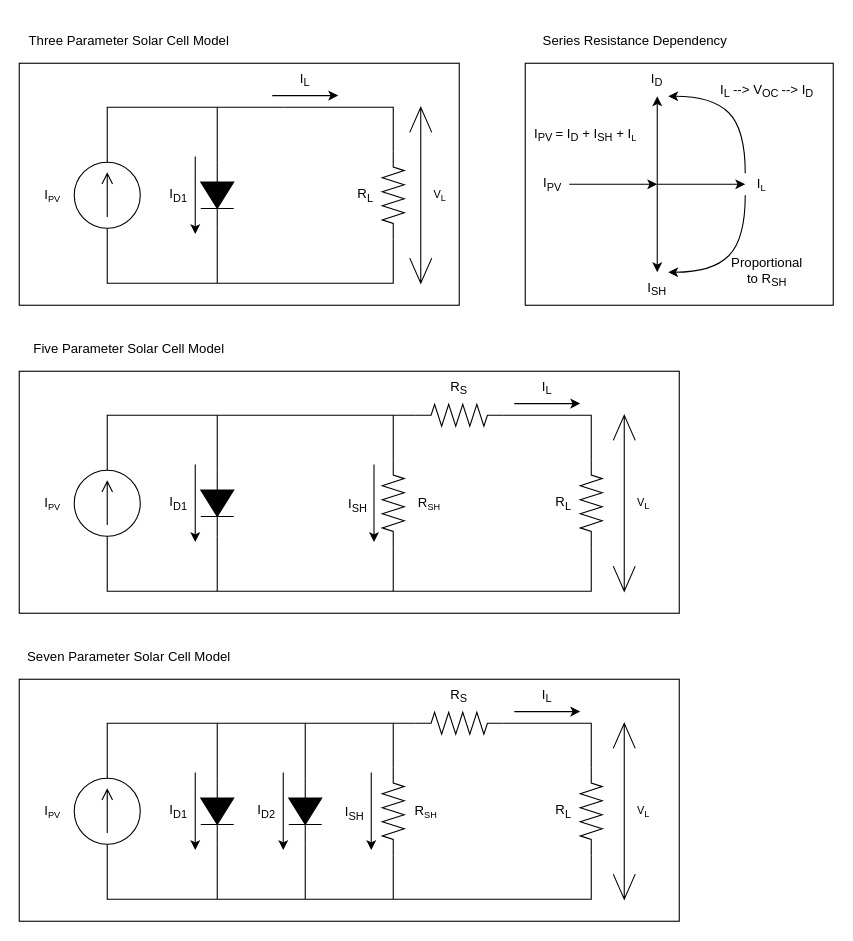
Earlier version of the draw.io diagram resources/solar_cell_models.drawio (dimembermatt/solar_energy_systems_thesis). Source tidied: cells renumbered, new cells numbered last; positions are measured from the earlier drawing's top-left corner, leaving out a move shared by most shapes. Both pictures are drawn from the tidied source at 110%, with x=0, y=0 at pixel (19, 19).
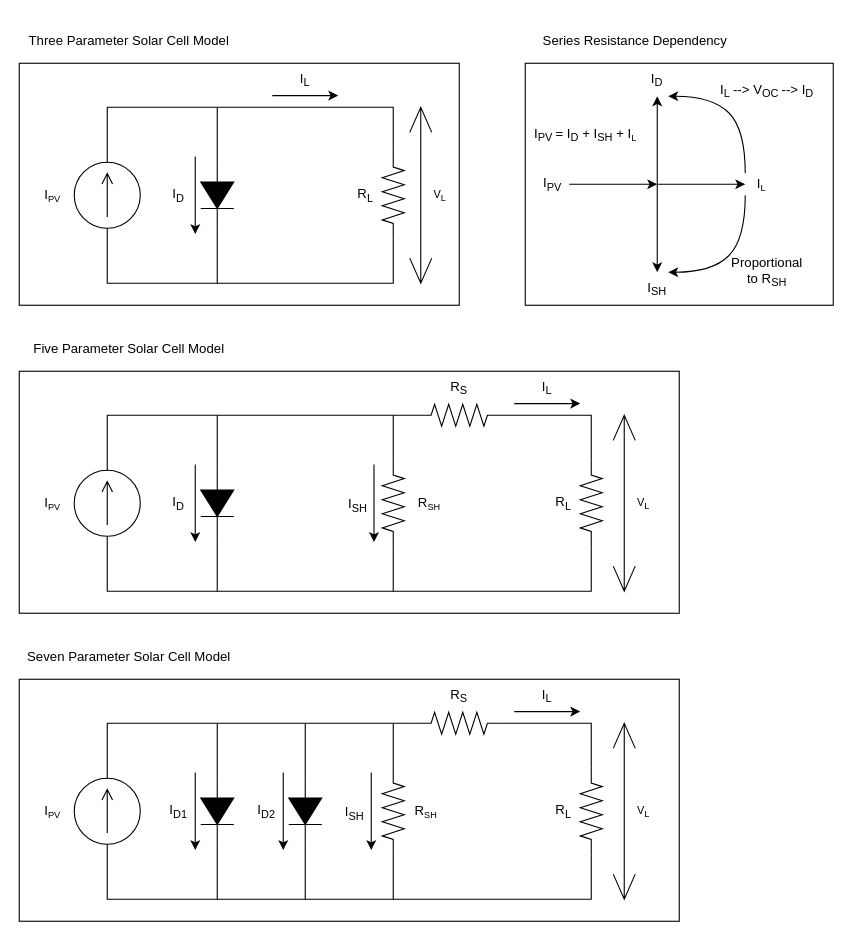
After the change.

Diff of the diagram source:
```diff
@@
-    <mxCell id="9" value="I&lt;sub&gt;D1&lt;/sub&gt;" style="text;html=1;strokeColor=none;fillColor=none;align=center;verticalAlign=middle;whiteSpace=wrap;rounded=0;" parent="1" vertex="1">
+    <mxCell id="9" value="I&lt;sub&gt;D&lt;/sub&gt;" style="text;html=1;strokeColor=none;fillColor=none;align=center;verticalAlign=middle;whiteSpace=wrap;rounded=0;" parent="1" vertex="1">
       <mxGeometry x="130" y="145" width="30" height="30" as="geometry" />
     </mxCell>
@@
-    <mxCell id="22" value="I&lt;sub&gt;D1&lt;/sub&gt;" style="text;html=1;strokeColor=none;fillColor=none;align=center;verticalAlign=middle;whiteSpace=wrap;rounded=0;" parent="1" vertex="1">
+    <mxCell id="22" value="I&lt;sub&gt;D&lt;/sub&gt;" style="text;html=1;strokeColor=none;fillColor=none;align=center;verticalAlign=middle;whiteSpace=wrap;rounded=0;" parent="1" vertex="1">
       <mxGeometry x="130" y="425" width="30" height="30" as="geometry" />
     </mxCell>
```
